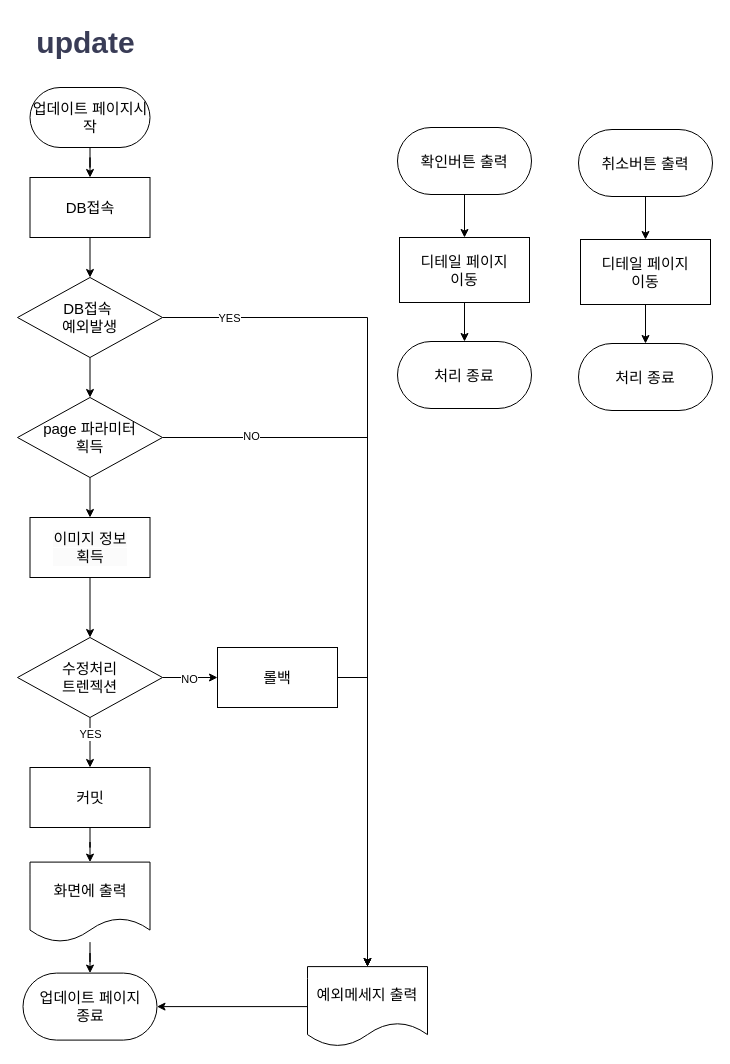
Above: 플로우차트/업데이트.drawio in 1st-team2/everytimewantgohome (draw.io), before the change. Source tidied: cells renumbered, new cells numbered last; positions are measured from the earlier drawing's top-left corner, leaving out a move shared by most shapes. Both pictures are drawn from the tidied source at 100%, with x=0, y=0 at pixel (17, 17).
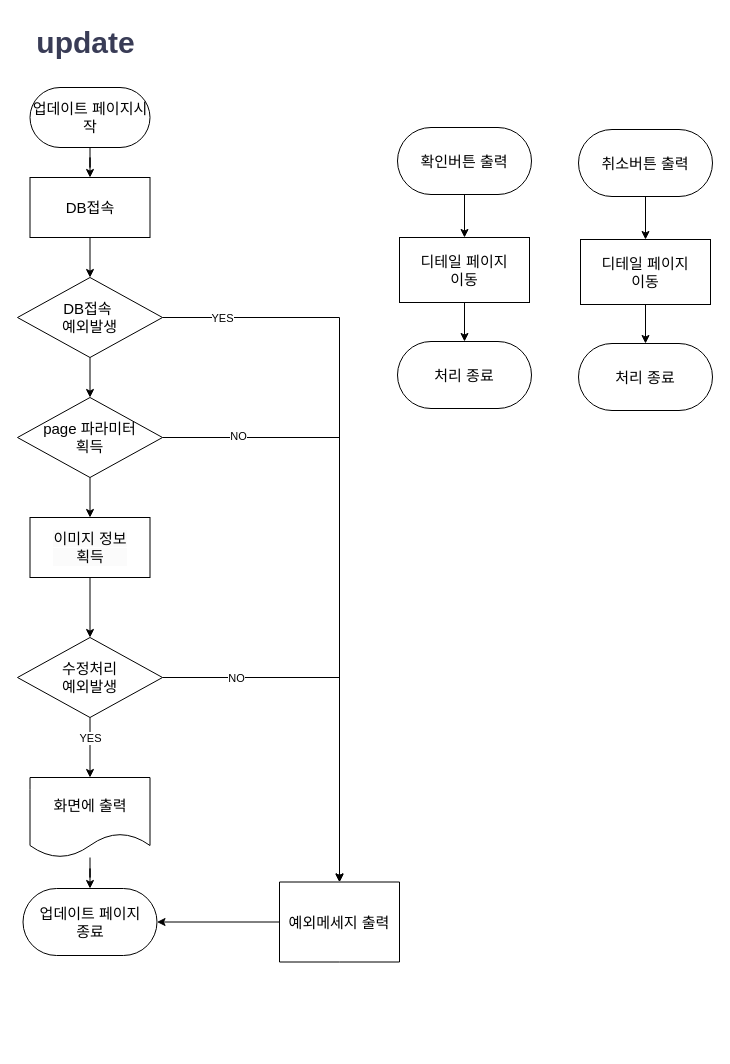
Above is the later version.

Commit message:
업데이트 플로우 차트 수정

Diff of the diagram source:
```diff
@@
-    <mxCell id="12" value="예외메세지 출력" style="shape=document;whiteSpace=wrap;html=1;boundedLbl=1;fontSize=15;" parent="1" vertex="1">
-      <mxGeometry x="290" y="949.1" width="120" height="80" as="geometry" />
+    <mxCell id="12" value="예외메세지 출력" style="shape=document;whiteSpace=wrap;html=1;boundedLbl=1;fontSize=15;size=0;" parent="1" vertex="1">
+      <mxGeometry x="262" y="864.5" width="120" height="80" as="geometry" />
     </mxCell>
@@
     <mxCell id="14" value="화면에 출력" style="shape=document;whiteSpace=wrap;html=1;boundedLbl=1;fontSize=15;" parent="1" vertex="1">
-      <mxGeometry x="12.5" y="844.6" width="120" height="80" as="geometry" />
+      <mxGeometry x="12.5" y="760" width="120" height="80" as="geometry" />
     </mxCell>
     <mxCell id="15" value="업데이트 페이지&lt;div style=&quot;font-size: 15px;&quot;&gt;종료&lt;/div&gt;" style="rounded=1;whiteSpace=wrap;html=1;arcSize=50;fontSize=15;fontFamily=Helvetica;horizontal=1;" parent="1" vertex="1">
-      <mxGeometry x="5.5" y="955.6" width="134" height="67" as="geometry" />
+      <mxGeometry x="5.5" y="871" width="134" height="67" as="geometry" />
     </mxCell>
-    <mxCell id="16" style="edgeStyle=orthogonalEdgeStyle;rounded=0;jettySize=auto;html=1;exitX=1;exitY=0.5;exitDx=0;exitDy=0;" parent="1" edge="1" source="20">
-      <mxGeometry relative="1" as="geometry">
-        <mxPoint x="200" y="660" as="targetPoint" />
-      </mxGeometry>
-    </mxCell>
-    <mxCell id="17" value="NO" style="edgeLabel;html=1;align=center;verticalAlign=middle;" parent="16" vertex="1">
-      <mxGeometry x="-0.06" y="-1" relative="1" as="geometry" />
-    </mxCell>
-    <mxCell id="18" style="edgeStyle=orthogonalEdgeStyle;rounded=0;jettySize=auto;html=1;" parent="1" edge="1" source="20" target="40">
+    <mxCell id="18" style="edgeStyle=orthogonalEdgeStyle;rounded=0;jettySize=auto;html=1;entryX=0.5;entryY=0;entryDx=0;entryDy=0;" parent="1" edge="1" source="20" target="14">
       <mxGeometry relative="1" as="geometry" />
     </mxCell>
@@
+    <mxCell id="41" style="edgeStyle=orthogonalEdgeStyle;rounded=0;jettySize=auto;html=1;" parent="1" edge="1" source="20" target="12">
+      <mxGeometry relative="1" as="geometry" />
+    </mxCell>
+    <mxCell id="17" value="NO" style="edgeLabel;html=1;align=center;verticalAlign=middle;" parent="41" vertex="1">
+      <mxGeometry x="-0.71" y="3" relative="1" as="geometry">
+        <mxPoint x="18" y="3" as="offset" />
+      </mxGeometry>
+    </mxCell>
-    <mxCell id="20" value="수정처리&lt;div&gt;트렌젝션&lt;/div&gt;" style="rhombus;whiteSpace=wrap;html=1;fontSize=15;" parent="1" vertex="1">
+    <mxCell id="20" value="수정처리&lt;div&gt;예외발생&lt;/div&gt;" style="rhombus;whiteSpace=wrap;html=1;fontSize=15;" parent="1" vertex="1">
       <mxGeometry y="620" width="145" height="80" as="geometry" />
     </mxCell>
@@
-    <mxCell id="35" style="endArrow=classic;html=1;rounded=0;exitX=1;exitY=0.5;exitDx=0;exitDy=0;entryX=0.5;entryY=0;entryDx=0;entryDy=0;" parent="1" edge="1" target="12">
-      <mxGeometry relative="1" as="geometry">
-        <mxPoint x="300" y="660" as="sourcePoint" />
-        <Array as="points">
-          <mxPoint x="350" y="660" />
-        </Array>
-      </mxGeometry>
-    </mxCell>
@@
-    <mxCell id="38" value="&lt;span style=&quot;font-size: 15px;&quot;&gt;롤백&lt;/span&gt;" style="rounded=0;whiteSpace=wrap;html=1;" parent="1" vertex="1">
-      <mxGeometry x="200" y="630" width="120" height="60" as="geometry" />
-    </mxCell>
-    <mxCell id="39" style="edgeStyle=orthogonalEdgeStyle;rounded=0;jettySize=auto;html=1;" parent="1" edge="1" source="40" target="14">
-      <mxGeometry relative="1" as="geometry" />
-    </mxCell>
-    <mxCell id="40" value="&lt;span style=&quot;font-size: 15px;&quot;&gt;커밋&lt;/span&gt;" style="rounded=0;whiteSpace=wrap;html=1;" parent="1" vertex="1">
-      <mxGeometry x="12.5" y="750" width="120" height="60" as="geometry" />
-    </mxCell>
```
